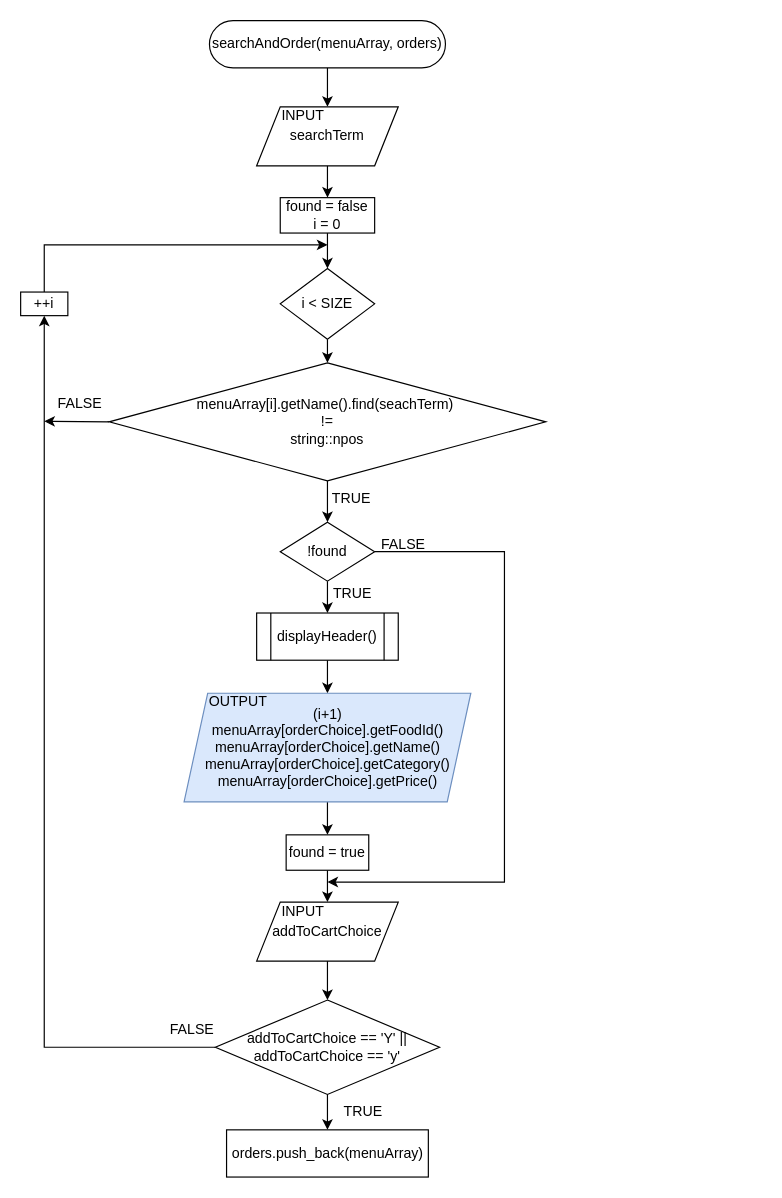
Above: page "SEARCHING FUNCTION" (4 of 5) of Submission/sec02/Tupperware/classDiagram.drawio in jjn7702/SECJ2013-DSA (draw.io), before the change. Source tidied: cells renumbered, new cells numbered last; positions are measured from the earlier drawing's top-left corner, leaving out a move shared by most shapes. Both pictures are drawn from the tidied source at 118%, with x=0, y=0 at pixel (20, 20).
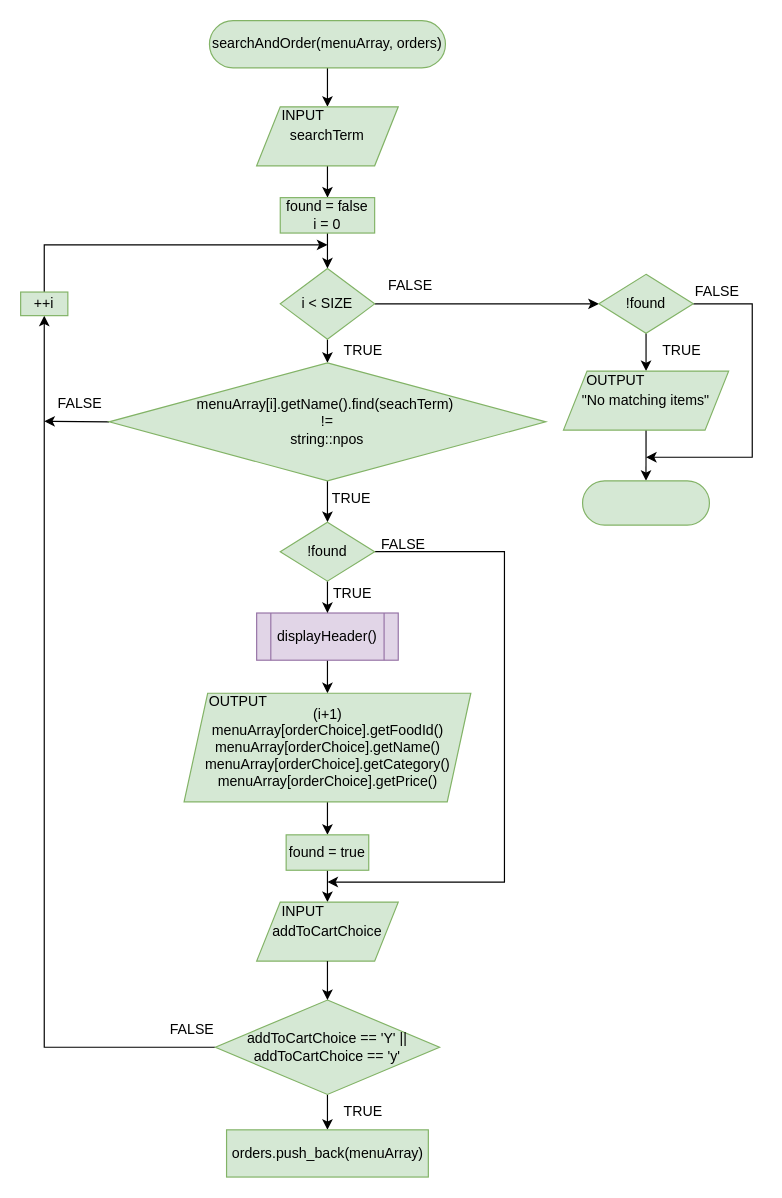
The same page after the edit.

Unchanged cells that the change refers to:
```xml
<mxCell id="26" style="group;" parent="1" vertex="1">
  <mxGeometry x="200" y="740" width="120" height="57" as="geometry" />
</mxCell>
```

Change to the diagram source:
```diff
@@
-    <mxCell id="3" value="searchAndOrder(menuArray, orders)" style="rounded=1;whiteSpace=wrap;html=1;arcSize=50;" parent="1" vertex="1">
+    <mxCell id="3" value="searchAndOrder(menuArray, orders)" style="rounded=1;whiteSpace=wrap;html=1;arcSize=50;fillColor=#d5e8d4;strokeColor=#82b366;" parent="1" vertex="1">
       <mxGeometry x="160" width="200" height="40" as="geometry" />
     </mxCell>
@@
-    <mxCell id="5" value="searchTerm" style="shape=parallelogram;perimeter=parallelogramPerimeter;whiteSpace=wrap;html=1;fixedSize=1;" parent="1" vertex="1">
+    <mxCell id="5" value="searchTerm" style="shape=parallelogram;perimeter=parallelogramPerimeter;whiteSpace=wrap;html=1;fixedSize=1;fillColor=#d5e8d4;strokeColor=#82b366;" parent="1" vertex="1">
       <mxGeometry x="200" y="73" width="120" height="50" as="geometry" />
     </mxCell>
@@
-    <mxCell id="8" value="found = false&lt;br&gt;i = 0" style="whiteSpace=wrap;html=1;" parent="1" vertex="1">
+    <mxCell id="8" value="found = false&lt;br&gt;i = 0" style="whiteSpace=wrap;html=1;fillColor=#d5e8d4;strokeColor=#82b366;" parent="1" vertex="1">
       <mxGeometry x="220" y="150" width="80" height="30" as="geometry" />
     </mxCell>
@@
+    <mxCell id="40" style="edgeStyle=none;rounded=0;html=1;exitX=1;exitY=0.5;exitDx=0;exitDy=0;entryX=0;entryY=0.5;entryDx=0;entryDy=0;" parent="1" edge="1" source="10" target="43">
+      <mxGeometry relative="1" as="geometry" />
+    </mxCell>
-    <mxCell id="10" value="i &amp;lt; SIZE" style="rhombus;whiteSpace=wrap;html=1;" parent="1" vertex="1">
+    <mxCell id="10" value="i &amp;lt; SIZE" style="rhombus;whiteSpace=wrap;html=1;fillColor=#d5e8d4;strokeColor=#82b366;" parent="1" vertex="1">
       <mxGeometry x="220" y="210" width="80" height="60" as="geometry" />
     </mxCell>
@@
-    <mxCell id="13" value="menuArray[i].getName().find(seachTerm)&amp;nbsp;&lt;br&gt;!=&lt;br&gt;string::npos" style="rhombus;whiteSpace=wrap;html=1;" parent="1" vertex="1">
+    <mxCell id="13" value="menuArray[i].getName().find(seachTerm)&amp;nbsp;&lt;br&gt;!=&lt;br&gt;string::npos" style="rhombus;whiteSpace=wrap;html=1;fillColor=#d5e8d4;strokeColor=#82b366;" parent="1" vertex="1">
       <mxGeometry x="75" y="290" width="370" height="100" as="geometry" />
     </mxCell>
@@
-    <mxCell id="15" value="displayHeader()" style="shape=process;whiteSpace=wrap;html=1;backgroundOutline=1;" parent="1" vertex="1">
+    <mxCell id="15" value="displayHeader()" style="shape=process;whiteSpace=wrap;html=1;backgroundOutline=1;fillColor=#e1d5e7;strokeColor=#9673a6;" parent="1" vertex="1">
       <mxGeometry x="200" y="502" width="120" height="40" as="geometry" />
     </mxCell>
@@
-    <mxCell id="18" value="!found" style="rhombus;whiteSpace=wrap;html=1;" parent="1" vertex="1">
+    <mxCell id="18" value="!found" style="rhombus;whiteSpace=wrap;html=1;fillColor=#d5e8d4;strokeColor=#82b366;" parent="1" vertex="1">
       <mxGeometry x="220" y="425" width="80" height="50" as="geometry" />
     </mxCell>
@@
-    <mxCell id="22" value="(i+1)&lt;br&gt;menuArray[orderChoice].getFoodId()&lt;br&gt;menuArray[orderChoice].getName()&lt;br&gt;menuArray[orderChoice].getCategory()&lt;br&gt;menuArray[orderChoice].getPrice()" style="shape=parallelogram;perimeter=parallelogramPerimeter;whiteSpace=wrap;html=1;fixedSize=1;fillColor=#dae8fc;strokeColor=#6c8ebf;" parent="1" vertex="1">
+    <mxCell id="22" value="(i+1)&lt;br&gt;menuArray[orderChoice].getFoodId()&lt;br&gt;menuArray[orderChoice].getName()&lt;br&gt;menuArray[orderChoice].getCategory()&lt;br&gt;menuArray[orderChoice].getPrice()" style="shape=parallelogram;perimeter=parallelogramPerimeter;whiteSpace=wrap;html=1;fixedSize=1;fillColor=#d5e8d4;strokeColor=#82b366;" parent="1" vertex="1">
       <mxGeometry x="138.5" y="570" width="243" height="92" as="geometry" />
     </mxCell>
@@
-    <mxCell id="25" value="found = true" style="whiteSpace=wrap;html=1;" parent="1" vertex="1">
+    <mxCell id="25" value="found = true" style="whiteSpace=wrap;html=1;fillColor=#d5e8d4;strokeColor=#82b366;" parent="1" vertex="1">
       <mxGeometry x="225" y="690" width="70" height="30" as="geometry" />
     </mxCell>
@@
-    <mxCell id="27" value="addToCartChoice" style="shape=parallelogram;perimeter=parallelogramPerimeter;whiteSpace=wrap;html=1;fixedSize=1;" parent="26" vertex="1">
+    <mxCell id="27" value="addToCartChoice" style="shape=parallelogram;perimeter=parallelogramPerimeter;whiteSpace=wrap;html=1;fixedSize=1;fillColor=#d5e8d4;strokeColor=#82b366;" parent="26" vertex="1">
       <mxGeometry y="7" width="120" height="50" as="geometry" />
     </mxCell>
@@
-    <mxCell id="31" value="addToCartChoice == 'Y' || addToCartChoice == 'y'" style="rhombus;whiteSpace=wrap;html=1;" parent="1" vertex="1">
+    <mxCell id="31" value="addToCartChoice == 'Y' || addToCartChoice == 'y'" style="rhombus;whiteSpace=wrap;html=1;fillColor=#d5e8d4;strokeColor=#82b366;" parent="1" vertex="1">
       <mxGeometry x="165" y="830" width="190" height="80" as="geometry" />
     </mxCell>
@@
-    <mxCell id="33" value="orders.push_back(menuArray)" style="whiteSpace=wrap;html=1;" parent="1" vertex="1">
+    <mxCell id="33" value="orders.push_back(menuArray)" style="whiteSpace=wrap;html=1;fillColor=#d5e8d4;strokeColor=#82b366;" parent="1" vertex="1">
       <mxGeometry x="174.5" y="940" width="171" height="40" as="geometry" />
     </mxCell>
@@
-    <mxCell id="37" value="++i" style="whiteSpace=wrap;html=1;" parent="1" vertex="1">
+    <mxCell id="37" value="++i" style="whiteSpace=wrap;html=1;fillColor=#d5e8d4;strokeColor=#82b366;" parent="1" vertex="1">
       <mxGeometry y="230" width="40" height="20" as="geometry" />
     </mxCell>
@@
+    <mxCell id="41" style="edgeStyle=none;rounded=0;html=1;" parent="1" edge="1" source="43" target="48">
+      <mxGeometry relative="1" as="geometry" />
+    </mxCell>
+    <mxCell id="42" style="edgeStyle=none;rounded=0;html=1;exitX=1;exitY=0.5;exitDx=0;exitDy=0;" parent="1" edge="1" source="43">
+      <mxGeometry relative="1" as="geometry">
+        <mxPoint x="530" y="370" as="targetPoint" />
+        <Array as="points">
+          <mxPoint x="620" y="240" />
+          <mxPoint x="620" y="370" />
+        </Array>
+      </mxGeometry>
+    </mxCell>
+    <mxCell id="43" value="!found" style="rhombus;whiteSpace=wrap;html=1;fillColor=#d5e8d4;strokeColor=#82b366;" parent="1" vertex="1">
+      <mxGeometry x="490" y="215" width="80" height="50" as="geometry" />
+    </mxCell>
+    <mxCell id="44" value="FALSE" style="text;html=1;align=center;verticalAlign=middle;strokeColor=none;fillColor=none;" parent="1" vertex="1">
+      <mxGeometry x="300" y="210" width="60" height="30" as="geometry" />
+    </mxCell>
+    <mxCell id="45" style="edgeStyle=none;rounded=0;html=1;" parent="1" edge="1" source="48" target="46">
+      <mxGeometry relative="1" as="geometry" />
+    </mxCell>
+    <mxCell id="46" style="rounded=1;whiteSpace=wrap;html=1;glass=0;labelBackgroundColor=none;fillColor=#d5e8d4;arcSize=50;strokeColor=#82b366;" parent="1" vertex="1">
+      <mxGeometry x="476.2" y="390" width="107.5" height="37.5" as="geometry" />
+    </mxCell>
+    <mxCell id="47" style="group;" parent="1" vertex="1">
+      <mxGeometry x="460" y="290" width="140" height="57" as="geometry" />
+    </mxCell>
+    <mxCell id="48" value="&quot;No matching items&quot;" style="shape=parallelogram;perimeter=parallelogramPerimeter;whiteSpace=wrap;html=1;fixedSize=1;fillColor=#d5e8d4;strokeColor=#82b366;" parent="47" vertex="1">
+      <mxGeometry y="7" width="140" height="50" as="geometry" />
+    </mxCell>
+    <mxCell id="49" value="OUTPUT" style="text;html=1;align=center;verticalAlign=middle;strokeColor=none;fillColor=none;" parent="47" vertex="1">
+      <mxGeometry x="9" width="70" height="30" as="geometry" />
+    </mxCell>
+    <mxCell id="50" value="TRUE" style="text;html=1;align=center;verticalAlign=middle;strokeColor=none;fillColor=none;" parent="1" vertex="1">
+      <mxGeometry x="530" y="265" width="60" height="30" as="geometry" />
+    </mxCell>
+    <mxCell id="51" value="FALSE" style="text;html=1;align=center;verticalAlign=middle;strokeColor=none;fillColor=none;" parent="1" vertex="1">
+      <mxGeometry x="560" y="215" width="60" height="30" as="geometry" />
+    </mxCell>
+    <mxCell id="52" value="TRUE" style="text;html=1;align=center;verticalAlign=middle;strokeColor=none;fillColor=none;" parent="1" vertex="1">
+      <mxGeometry x="260" y="265" width="60" height="30" as="geometry" />
+    </mxCell>
```
